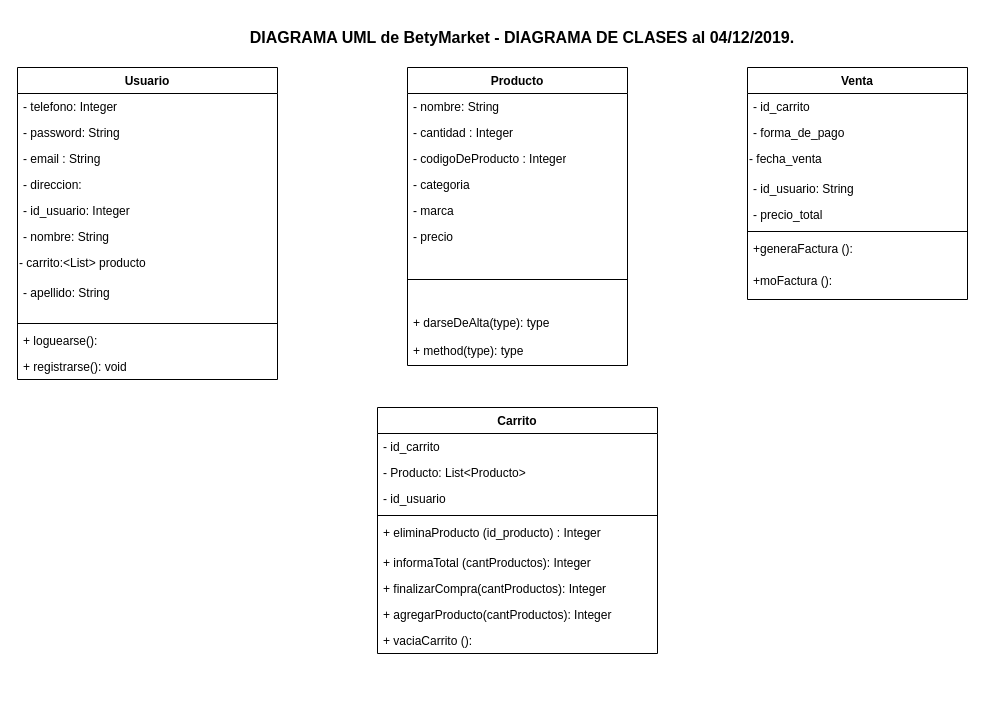
Neri23/BetyMarketJava keeps this draw.io diagram as Diagrama UML BetyMarket.drawio. Above is the earlier version. Source tidied: cells renumbered, new cells numbered last; positions are measured from the earlier drawing's top-left corner, leaving out a move shared by most shapes. Both pictures are drawn from the tidied source at 100%, with x=0, y=0 at pixel (17, 17).
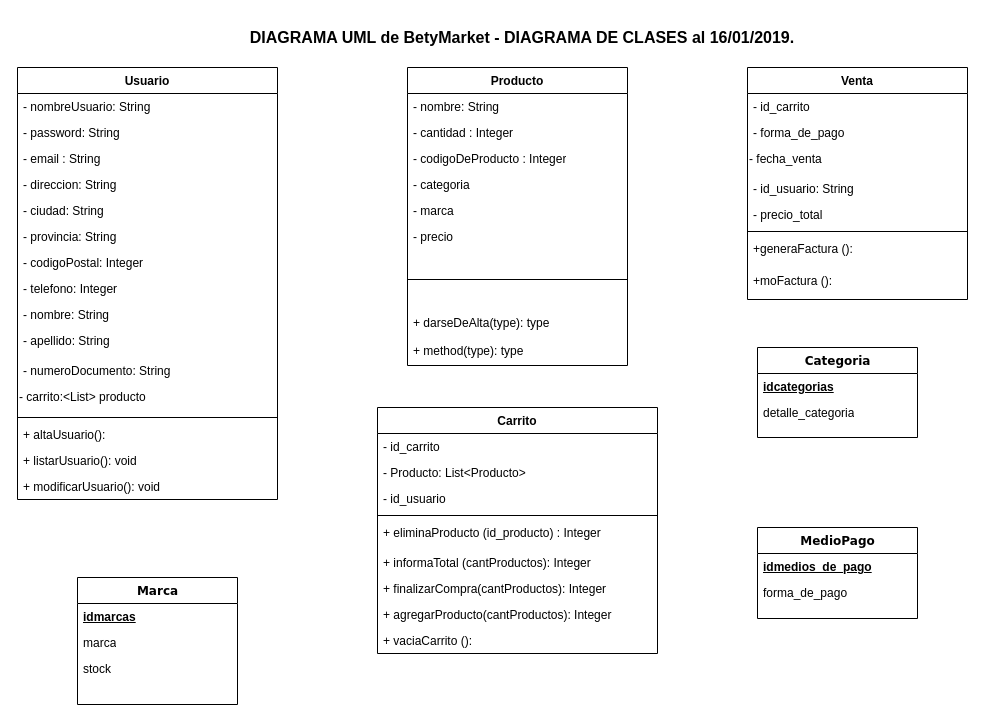
The same page after the edit.

Change to the diagram source:
```diff
@@
-    <mxCell id="2" value="&lt;b style=&quot;font-size: 16px&quot;&gt;&lt;font style=&quot;font-size: 16px&quot;&gt;DIAGRAMA UML de BetyMarket - DIAGRAMA DE CLASES al 04/12/2019.&lt;/font&gt;&lt;/b&gt;" style="text;html=1;strokeColor=none;fillColor=none;align=center;verticalAlign=middle;whiteSpace=wrap;rounded=0;fontSize=16;" parent="1" vertex="1">
+    <mxCell id="2" value="&lt;b style=&quot;font-size: 16px&quot;&gt;&lt;font style=&quot;font-size: 16px&quot;&gt;DIAGRAMA UML de BetyMarket - DIAGRAMA DE CLASES al 16/01/2019.&lt;/font&gt;&lt;/b&gt;" style="text;html=1;strokeColor=none;fillColor=none;align=center;verticalAlign=middle;whiteSpace=wrap;rounded=0;fontSize=16;" parent="1" vertex="1">
       <mxGeometry x="140" width="730" height="40" as="geometry" />
     </mxCell>
     <mxCell id="3" value="Usuario" style="swimlane;fontStyle=1;align=center;verticalAlign=top;horizontal=1;startSize=26;" parent="1" vertex="1">
-      <mxGeometry y="50" width="260" height="312" as="geometry" />
+      <mxGeometry y="50" width="260" height="432" as="geometry" />
     </mxCell>
-    <mxCell id="4" value="- telefono: Integer" style="text;html=1;strokeColor=none;fillColor=none;align=left;verticalAlign=top;spacingLeft=4;spacingRight=4;whiteSpace=wrap;overflow=hidden;" parent="3" vertex="1">
-      <mxGeometry y="26" width="260" height="26" as="geometry" />
-    </mxCell>
+    <mxCell id="8" value="- nombreUsuario: String" style="text;html=1;strokeColor=none;fillColor=none;align=left;verticalAlign=top;spacingLeft=4;spacingRight=4;whiteSpace=wrap;overflow=hidden;" parent="3" vertex="1">
+      <mxGeometry y="26" width="260" height="26" as="geometry" />
+    </mxCell>
@@
-    <mxCell id="7" value="- direccion:&amp;nbsp;" style="text;html=1;strokeColor=none;fillColor=none;align=left;verticalAlign=top;spacingLeft=4;spacingRight=4;whiteSpace=wrap;overflow=hidden;" parent="3" vertex="1">
+    <mxCell id="7" value="- direccion: String" style="text;html=1;strokeColor=none;fillColor=none;align=left;verticalAlign=top;spacingLeft=4;spacingRight=4;whiteSpace=wrap;overflow=hidden;" parent="3" vertex="1">
       <mxGeometry y="104" width="260" height="26" as="geometry" />
     </mxCell>
-    <mxCell id="8" value="- id_usuario: Integer" style="text;html=1;strokeColor=none;fillColor=none;align=left;verticalAlign=top;spacingLeft=4;spacingRight=4;whiteSpace=wrap;overflow=hidden;" parent="3" vertex="1">
-      <mxGeometry y="130" width="260" height="26" as="geometry" />
-    </mxCell>
+    <mxCell id="44" value="- ciudad: String" style="text;html=1;strokeColor=none;fillColor=none;align=left;verticalAlign=top;spacingLeft=4;spacingRight=4;whiteSpace=wrap;overflow=hidden;" parent="3" vertex="1">
+      <mxGeometry y="130" width="260" height="26" as="geometry" />
+    </mxCell>
+    <mxCell id="45" value="- provincia: String" style="text;html=1;strokeColor=none;fillColor=none;align=left;verticalAlign=top;spacingLeft=4;spacingRight=4;whiteSpace=wrap;overflow=hidden;" parent="3" vertex="1">
+      <mxGeometry y="156" width="260" height="26" as="geometry" />
+    </mxCell>
+    <mxCell id="46" value="- codigoPostal: Integer" style="text;html=1;strokeColor=none;fillColor=none;align=left;verticalAlign=top;spacingLeft=4;spacingRight=4;whiteSpace=wrap;overflow=hidden;" parent="3" vertex="1">
+      <mxGeometry y="182" width="260" height="26" as="geometry" />
+    </mxCell>
+    <mxCell id="4" value="- telefono: Integer" style="text;html=1;strokeColor=none;fillColor=none;align=left;verticalAlign=top;spacingLeft=4;spacingRight=4;whiteSpace=wrap;overflow=hidden;" parent="3" vertex="1">
+      <mxGeometry y="208" width="260" height="26" as="geometry" />
+    </mxCell>
     <mxCell id="9" value="- nombre: String" style="text;html=1;strokeColor=none;fillColor=none;align=left;verticalAlign=top;spacingLeft=4;spacingRight=4;whiteSpace=wrap;overflow=hidden;" parent="3" vertex="1">
-      <mxGeometry y="156" width="260" height="26" as="geometry" />
+      <mxGeometry y="234" width="260" height="26" as="geometry" />
     </mxCell>
+    <mxCell id="11" value="- apellido: String&lt;br&gt;" style="text;html=1;strokeColor=none;fillColor=none;align=left;verticalAlign=top;spacingLeft=4;spacingRight=4;whiteSpace=wrap;overflow=hidden;" parent="3" vertex="1">
+      <mxGeometry y="260" width="260" height="30" as="geometry" />
+    </mxCell>
+    <mxCell id="47" value="- numeroDocumento: String" style="text;html=1;strokeColor=none;fillColor=none;align=left;verticalAlign=top;spacingLeft=4;spacingRight=4;whiteSpace=wrap;overflow=hidden;" parent="3" vertex="1">
+      <mxGeometry y="290" width="260" height="26" as="geometry" />
+    </mxCell>
     <mxCell id="10" value="- carrito:&amp;lt;List&amp;gt; producto" style="text;html=1;" parent="3" vertex="1">
-      <mxGeometry y="182" width="260" height="30" as="geometry" />
+      <mxGeometry y="316" width="260" height="30" as="geometry" />
     </mxCell>
-    <mxCell id="11" value="- apellido: String&lt;br&gt;" style="text;html=1;strokeColor=none;fillColor=none;align=left;verticalAlign=top;spacingLeft=4;spacingRight=4;whiteSpace=wrap;overflow=hidden;" parent="3" vertex="1">
-      <mxGeometry y="212" width="260" height="40" as="geometry" />
-    </mxCell>
     <mxCell id="12" style="line;strokeWidth=1;fillColor=none;align=left;verticalAlign=middle;spacingTop=-1;spacingLeft=3;spacingRight=3;labelPosition=right;" parent="3" vertex="1">
-      <mxGeometry y="252" width="260" height="8" as="geometry" />
+      <mxGeometry y="346" width="260" height="8" as="geometry" />
     </mxCell>
-    <mxCell id="13" value="+ loguearse():" style="text;html=1;strokeColor=none;fillColor=none;align=left;verticalAlign=top;spacingLeft=4;spacingRight=4;whiteSpace=wrap;overflow=hidden;" parent="3" vertex="1">
-      <mxGeometry y="260" width="260" height="26" as="geometry" />
+    <mxCell id="13" value="+ altaUsuario():" style="text;html=1;strokeColor=none;fillColor=none;align=left;verticalAlign=top;spacingLeft=4;spacingRight=4;whiteSpace=wrap;overflow=hidden;" parent="3" vertex="1">
+      <mxGeometry y="354" width="260" height="26" as="geometry" />
     </mxCell>
-    <mxCell id="14" value="+ registrarse(): void" style="text;html=1;strokeColor=none;fillColor=none;align=left;verticalAlign=top;spacingLeft=4;spacingRight=4;whiteSpace=wrap;overflow=hidden;" parent="3" vertex="1">
-      <mxGeometry y="286" width="260" height="26" as="geometry" />
-    </mxCell>
+    <mxCell id="48" value="+ listarUsuario(): void" style="text;html=1;strokeColor=none;fillColor=none;align=left;verticalAlign=top;spacingLeft=4;spacingRight=4;whiteSpace=wrap;overflow=hidden;" parent="3" vertex="1">
+      <mxGeometry y="380" width="260" height="26" as="geometry" />
+    </mxCell>
+    <mxCell id="49" value="+ modificarUsuario(): void" style="text;html=1;strokeColor=none;fillColor=none;align=left;verticalAlign=top;spacingLeft=4;spacingRight=4;whiteSpace=wrap;overflow=hidden;" parent="3" vertex="1">
+      <mxGeometry y="406" width="260" height="26" as="geometry" />
+    </mxCell>
@@
+    <mxCell id="50" value="Marca" style="swimlane;html=1;fontStyle=1;align=center;verticalAlign=top;horizontal=1;startSize=26;swimlaneFillColor=#ffffff;rounded=0;shadow=0;comic=0;labelBackgroundColor=none;strokeWidth=1;fillColor=none;fontFamily=Verdana;fontSize=12;" parent="1" vertex="1">
+      <mxGeometry x="60" y="560" width="160" height="127" as="geometry" />
+    </mxCell>
+    <mxCell id="51" value="&lt;u&gt;&lt;b&gt;idmarcas&lt;/b&gt;&lt;/u&gt;" style="text;html=1;strokeColor=none;fillColor=none;align=left;verticalAlign=top;spacingLeft=4;spacingRight=4;whiteSpace=wrap;overflow=hidden;" parent="50" vertex="1">
+      <mxGeometry y="26" width="160" height="26" as="geometry" />
+    </mxCell>
+    <mxCell id="52" value="marca" style="text;html=1;strokeColor=none;fillColor=none;align=left;verticalAlign=top;spacingLeft=4;spacingRight=4;whiteSpace=wrap;overflow=hidden;" parent="50" vertex="1">
+      <mxGeometry y="52" width="160" height="26" as="geometry" />
+    </mxCell>
+    <mxCell id="53" value="stock" style="text;html=1;strokeColor=none;fillColor=none;align=left;verticalAlign=top;spacingLeft=4;spacingRight=4;whiteSpace=wrap;overflow=hidden;" parent="50" vertex="1">
+      <mxGeometry y="78" width="160" height="26" as="geometry" />
+    </mxCell>
+    <mxCell id="54" value="Categoria" style="swimlane;html=1;fontStyle=1;align=center;verticalAlign=top;horizontal=1;startSize=26;swimlaneFillColor=#ffffff;rounded=0;shadow=0;comic=0;labelBackgroundColor=none;strokeWidth=1;fillColor=none;fontFamily=Verdana;fontSize=12;" parent="1" vertex="1">
+      <mxGeometry x="740" y="330" width="160" height="90" as="geometry" />
+    </mxCell>
+    <mxCell id="55" value="&lt;u&gt;&lt;b&gt;idcategorias&lt;/b&gt;&lt;/u&gt;" style="text;html=1;strokeColor=none;fillColor=none;align=left;verticalAlign=top;spacingLeft=4;spacingRight=4;whiteSpace=wrap;overflow=hidden;" parent="54" vertex="1">
+      <mxGeometry y="26" width="160" height="26" as="geometry" />
+    </mxCell>
+    <mxCell id="56" value="detalle_categoria" style="text;html=1;strokeColor=none;fillColor=none;align=left;verticalAlign=top;spacingLeft=4;spacingRight=4;whiteSpace=wrap;overflow=hidden;" parent="54" vertex="1">
+      <mxGeometry y="52" width="160" height="26" as="geometry" />
+    </mxCell>
+    <mxCell id="57" value="MedioPago" style="swimlane;html=1;fontStyle=1;align=center;verticalAlign=top;horizontal=1;startSize=26;swimlaneFillColor=#ffffff;rounded=0;shadow=0;comic=0;labelBackgroundColor=none;strokeWidth=1;fillColor=none;fontFamily=Verdana;fontSize=12;" parent="1" vertex="1">
+      <mxGeometry x="740" y="510" width="160" height="91" as="geometry" />
+    </mxCell>
+    <mxCell id="58" value="&lt;u&gt;&lt;b&gt;idmedios_de_pago&lt;/b&gt;&lt;/u&gt;" style="text;html=1;strokeColor=none;fillColor=none;align=left;verticalAlign=top;spacingLeft=4;spacingRight=4;whiteSpace=wrap;overflow=hidden;" parent="57" vertex="1">
+      <mxGeometry y="26" width="160" height="26" as="geometry" />
+    </mxCell>
+    <mxCell id="59" value="forma_de_pago" style="text;html=1;strokeColor=none;fillColor=none;align=left;verticalAlign=top;spacingLeft=4;spacingRight=4;whiteSpace=wrap;overflow=hidden;" parent="57" vertex="1">
+      <mxGeometry y="52" width="160" height="26" as="geometry" />
+    </mxCell>
```
